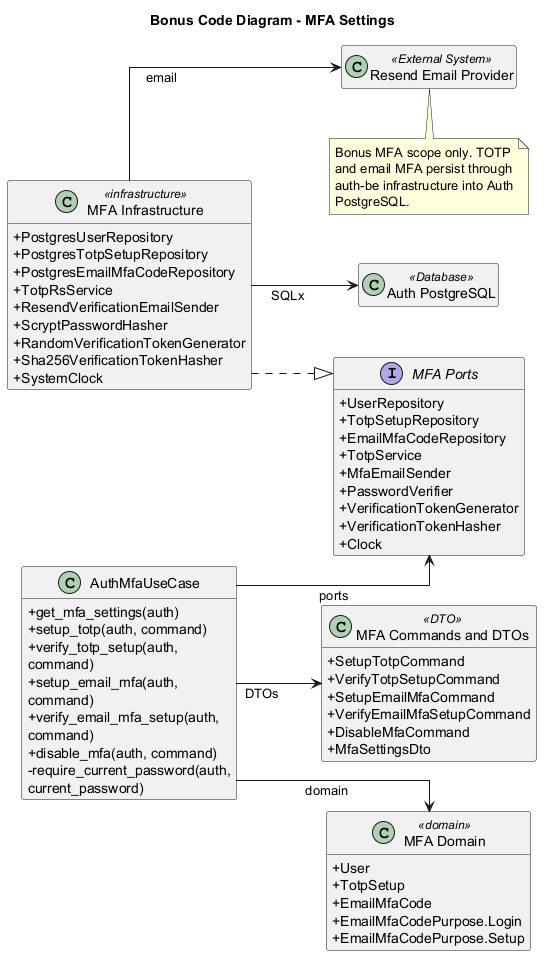
This is docs/architecture/bonus-code-mfa-settings.png from advprog-2026-A10-project/Module-9-Group, a PlantUML export, as it was before one commit.
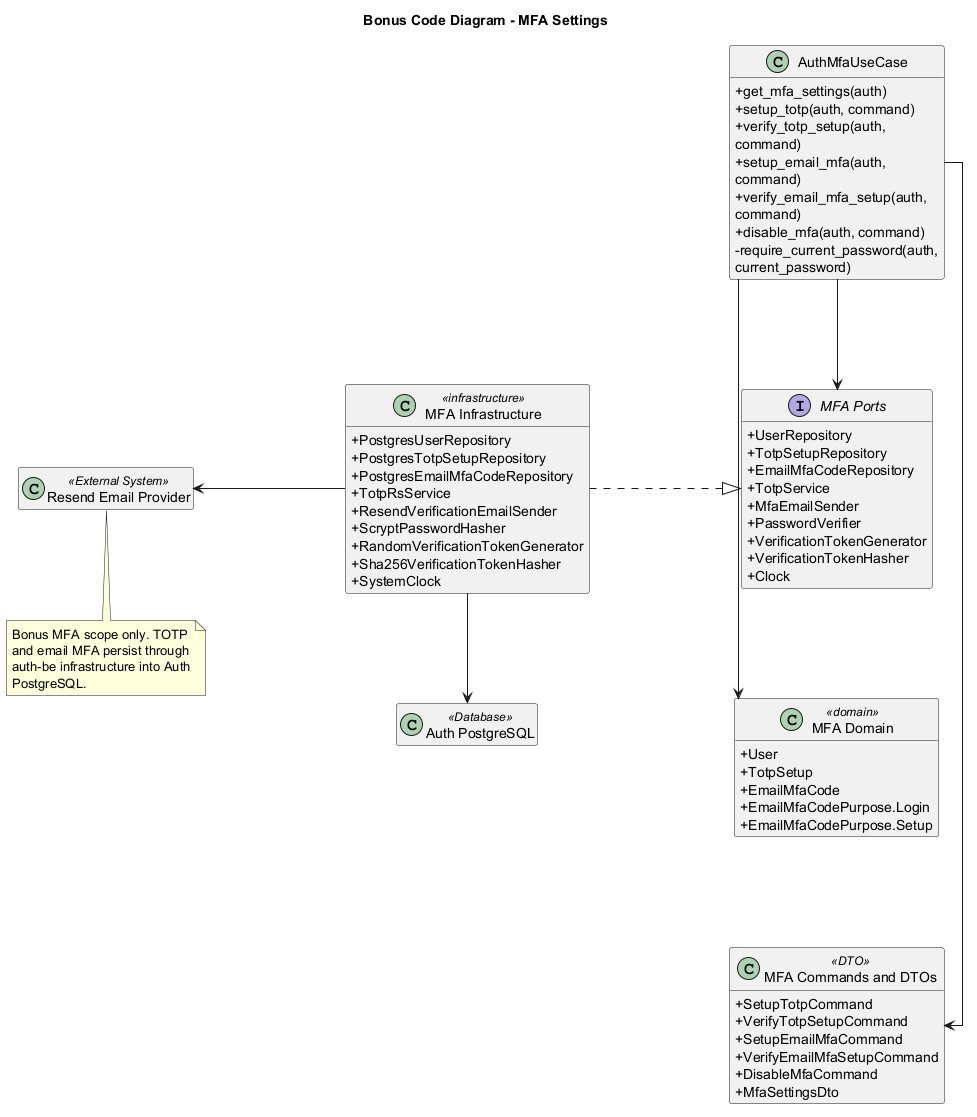
Later version of the same file.

Commit message:
final attemt to fix image overlap Individual container diagram of Auth Settings Security with its code diagram of the group A10 BidMart

The edit, as a diff of the source:
```diff
@@ -3,8 +3,8 @@
 left to right direction
 skinparam classAttributeIconSize 0
 skinparam linetype ortho
-skinparam nodesep 50
-skinparam ranksep 70
+skinparam nodesep 110
+skinparam ranksep 140
 skinparam wrapWidth 190
 hide empty members
 
@@ -62,12 +62,12 @@
 class "Auth PostgreSQL" as AuthDB <<Database>>
 class "Resend Email Provider" as Resend <<External System>>
 
-AuthMfaUseCase --> MfaDtos : DTOs
-AuthMfaUseCase --> MfaDomain : domain
-AuthMfaUseCase --> MfaPorts : ports
+AuthMfaUseCase -right-> MfaDtos
+AuthMfaUseCase -right-> MfaDomain
+AuthMfaUseCase -right-> MfaPorts
 MfaInfrastructure ..|> MfaPorts
-MfaInfrastructure --> AuthDB : SQLx
-MfaInfrastructure --> Resend : email
+MfaInfrastructure -right-> AuthDB
+MfaInfrastructure -up-> Resend
 
 note bottom
 Bonus MFA scope only. TOTP and email MFA persist through
```
